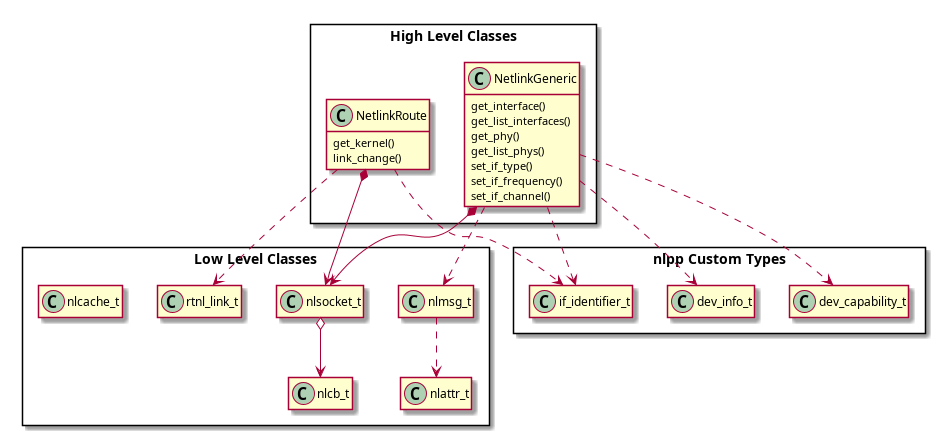
Before: doc/classes.png, a diagram exported from PlantUML (JohnHop/nlpp). Its source is kept beside it as doc/classes.puml.
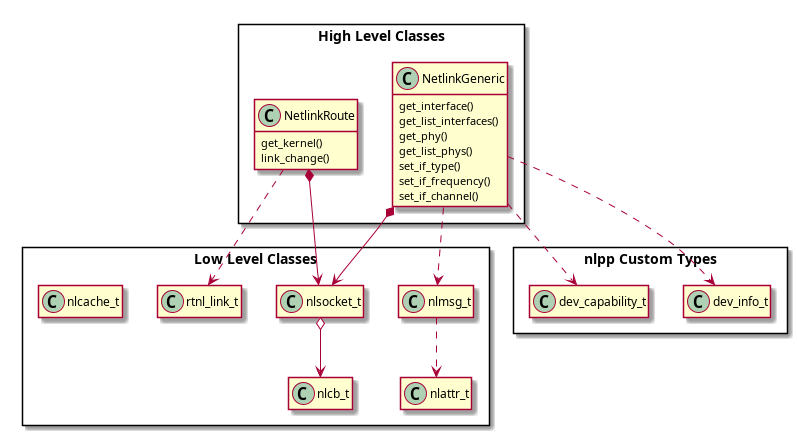
The same diagram one commit later.

Change to the diagram source:
```diff
@@ -32,7 +32,6 @@
 }
 
 package "nlpp Custom Types" as CT <<Rectangle>> {
-  class if_identifier_t
   class dev_info_t
   class dev_capability_t
 }
@@ -41,10 +40,8 @@
 NetlinkGeneric -.> nlmsg_t
 NetlinkGeneric -.> dev_info_t
 NetlinkGeneric -.> dev_capability_t
-NetlinkGeneric -.> if_identifier_t
 NetlinkRoute *--> nlsocket_t
 NetlinkRoute -.> rtnl_link_t
-NetlinkRoute -.> if_identifier_t
 
 nlsocket_t o--> nlcb_t
 nlmsg_t .-> nlattr_t
```
